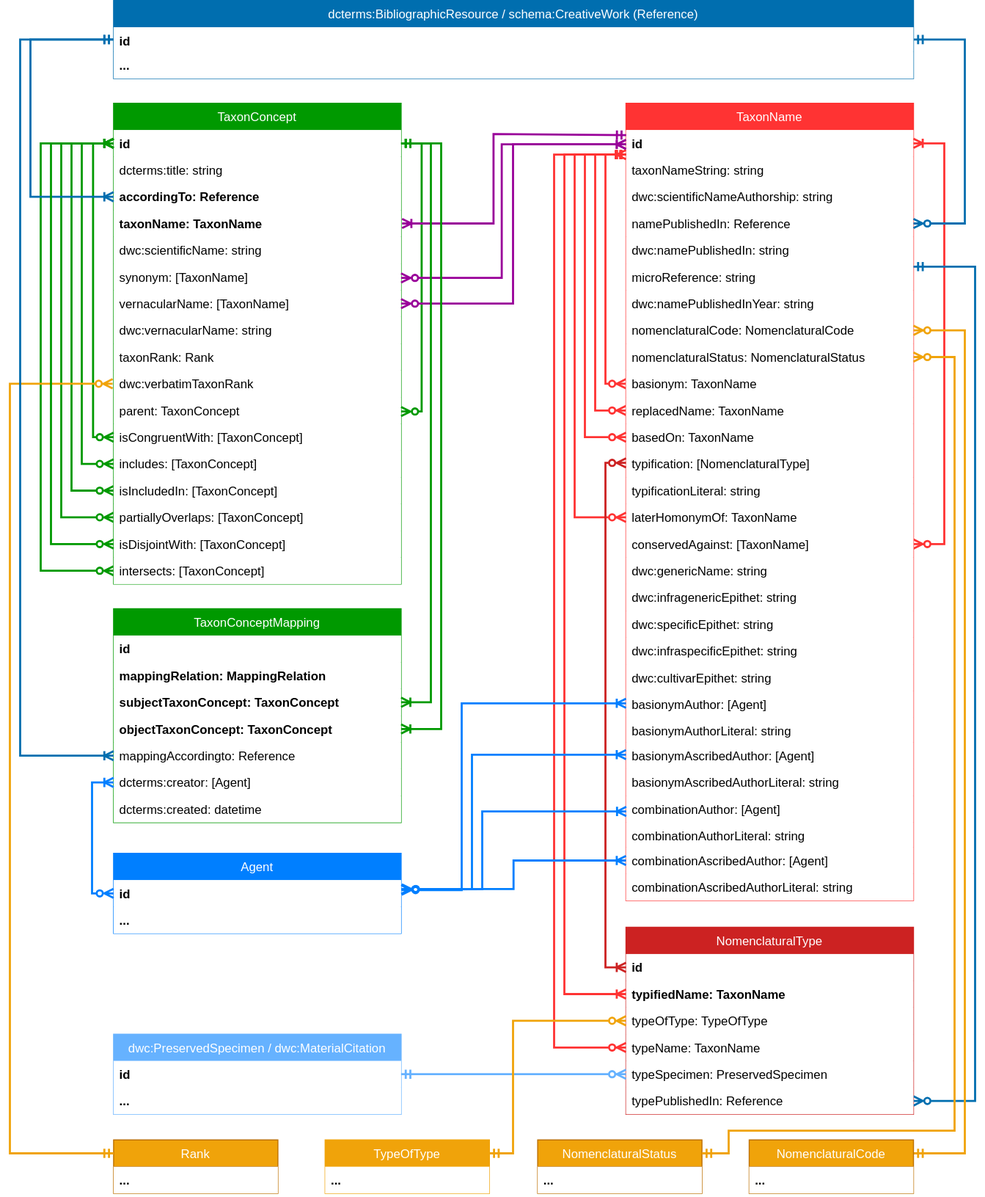
tdwg/tcs2 keeps this draw.io diagram as docs/media/tcs-diagram.drawio.svg. Above is the earlier version. Source tidied: cells renumbered, new cells last; positions are measured from the earlier drawing's top-left corner, leaving out a move shared by most shapes.
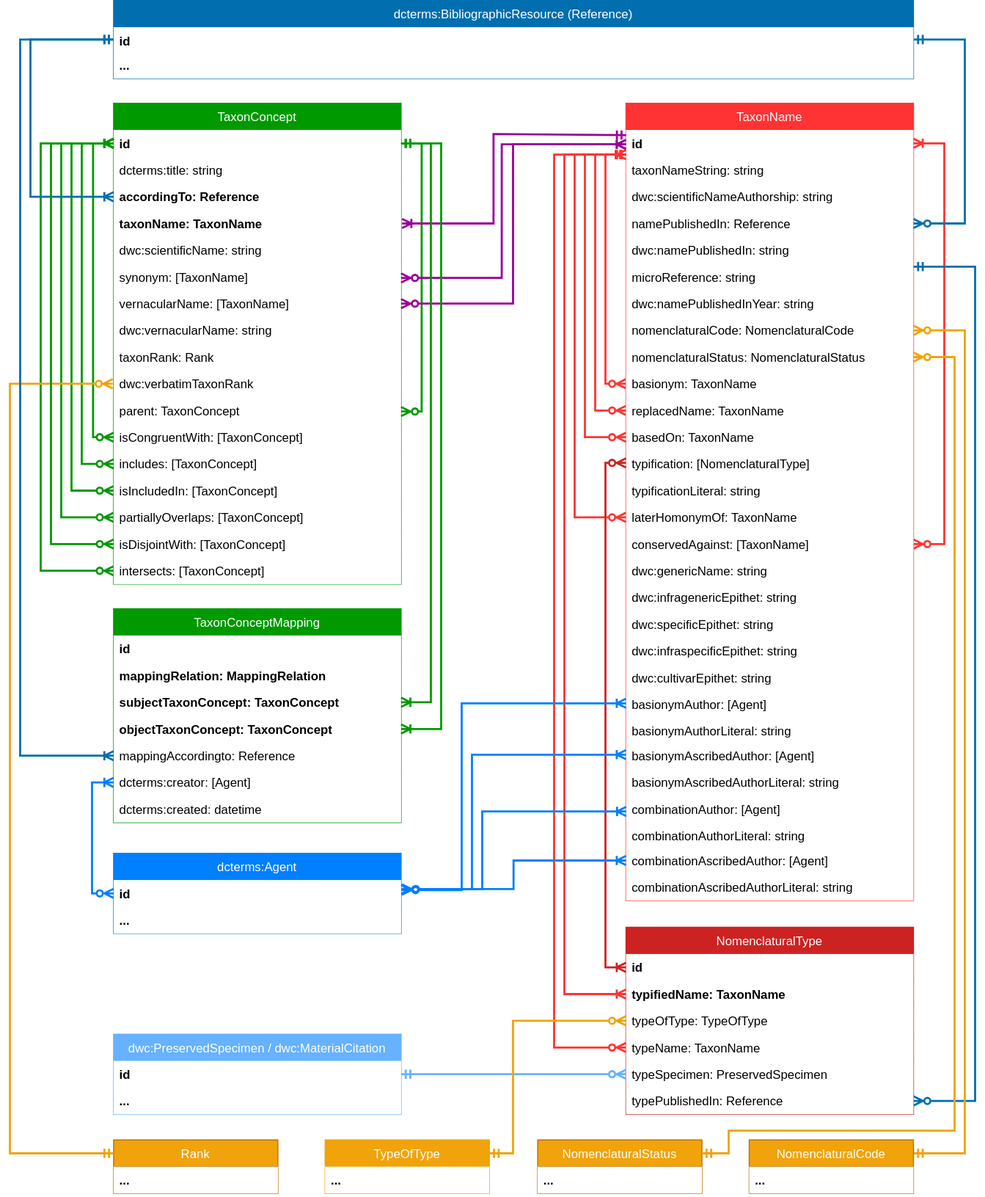
The same diagram one commit later.

Diff of the diagram source:
```diff
@@ -342,7 +342,7 @@
         </Array>
       </mxGeometry>
     </mxCell>
-    <mxCell id="84" value="dcterms:BibliographicResource / schema:CreativeWork (Reference)" style="swimlane;fontStyle=0;horizontal=1;startSize=26;strokeWidth=1;strokeColor=#006EAF;fontColor=#ffffff;fillColor=#006EAF;" parent="1" vertex="1">
+    <mxCell id="84" value="dcterms:BibliographicResource (Reference)" style="swimlane;fontStyle=0;horizontal=1;startSize=26;strokeWidth=1;strokeColor=#006EAF;fontColor=#ffffff;fillColor=#006EAF;" parent="1" vertex="1">
       <mxGeometry x="101" width="779" height="76" as="geometry" />
     </mxCell>
     <mxCell id="85" value="id" style="text;strokeColor=none;align=left;verticalAlign=top;spacingLeft=4;spacingRight=4;overflow=hidden;points=[[0,0.5],[1,0.5]];portConstraint=eastwest;fontStyle=1;fillColor=#ffffff;" parent="84" vertex="1">
@@ -479,7 +479,7 @@
         </Array>
       </mxGeometry>
     </mxCell>
-    <mxCell id="108" value="Agent" style="swimlane;fontStyle=0;horizontal=1;startSize=26;fillColor=#007FFF;strokeWidth=1;fontColor=#ffffff;strokeColor=#007FFF;" parent="1" vertex="1">
+    <mxCell id="108" value="dcterms:Agent" style="swimlane;fontStyle=0;horizontal=1;startSize=26;fillColor=#007FFF;strokeWidth=1;fontColor=#ffffff;strokeColor=#007FFF;" parent="1" vertex="1">
       <mxGeometry x="101" y="830" width="280" height="78" as="geometry" />
     </mxCell>
     <mxCell id="109" value="id" style="text;strokeColor=none;align=left;verticalAlign=top;spacingLeft=4;spacingRight=4;overflow=hidden;points=[[0,0.5],[1,0.5]];portConstraint=eastwest;fontStyle=1;fillColor=#ffffff;" parent="108" vertex="1">
```
